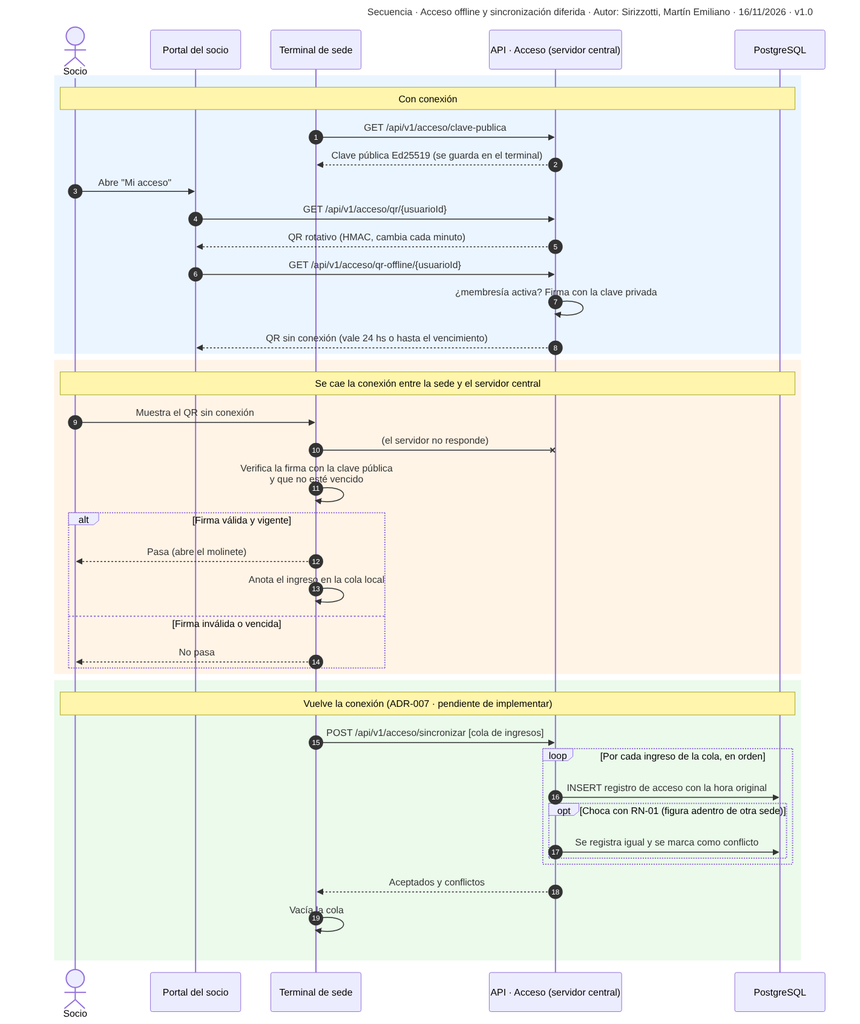
Above: Backend/docs/diagramas/secuencia-acceso-offline.png in JackCannon92/TPI-Programaci-n-V---FitZone-Sport (Mermaid), before the change. Its source is kept beside it as Backend/docs/diagramas/secuencia-acceso-offline.mmd. Its diagram source:
```mermaid
---
title: "Secuencia · Acceso offline y sincronización diferida · Autor: Sirizzotti, Martín Emiliano · 16/11/2026 · v1.0"
---
sequenceDiagram
  autonumber
  actor S as Socio
  participant W as Portal del socio
  participant T as Terminal de sede
  participant A as API · Acceso (servidor central)
  participant DB as PostgreSQL

  rect rgb(235, 245, 255)
  Note over S,DB: Con conexión
  T->>A: GET /api/v1/acceso/clave-publica
  A-->>T: Clave pública Ed25519 (se guarda en el terminal)
  S->>W: Abre "Mi acceso"
  W->>A: GET /api/v1/acceso/qr/{usuarioId}
  A-->>W: QR rotativo (HMAC, cambia cada minuto)
  W->>A: GET /api/v1/acceso/qr-offline/{usuarioId}
  A->>A: ¿membresía activa? Firma con la clave privada
  A-->>W: QR sin conexión (vale 24 hs o hasta el vencimiento)
  end

  rect rgb(255, 244, 230)
  Note over S,DB: Se cae la conexión entre la sede y el servidor central
  S->>T: Muestra el QR sin conexión
  T-xA: (el servidor no responde)
  T->>T: Verifica la firma con la clave pública<br/>y que no esté vencido
  alt Firma válida y vigente
    T-->>S: Pasa (abre el molinete)
    T->>T: Anota el ingreso en la cola local
  else Firma inválida o vencida
    T-->>S: No pasa
  end
  end

  rect rgb(235, 250, 235)
  Note over S,DB: Vuelve la conexión (ADR-007 · pendiente de implementar)
  T->>A: POST /api/v1/acceso/sincronizar [cola de ingresos]
  loop Por cada ingreso de la cola, en orden
    A->>DB: INSERT registro de acceso con la hora original
    opt Choca con RN-01 (figura adentro de otra sede)
      A->>DB: Se registra igual y se marca como conflicto
    end
  end
  A-->>T: Aceptados y conflictos
  T->>T: Vacía la cola
  end
```
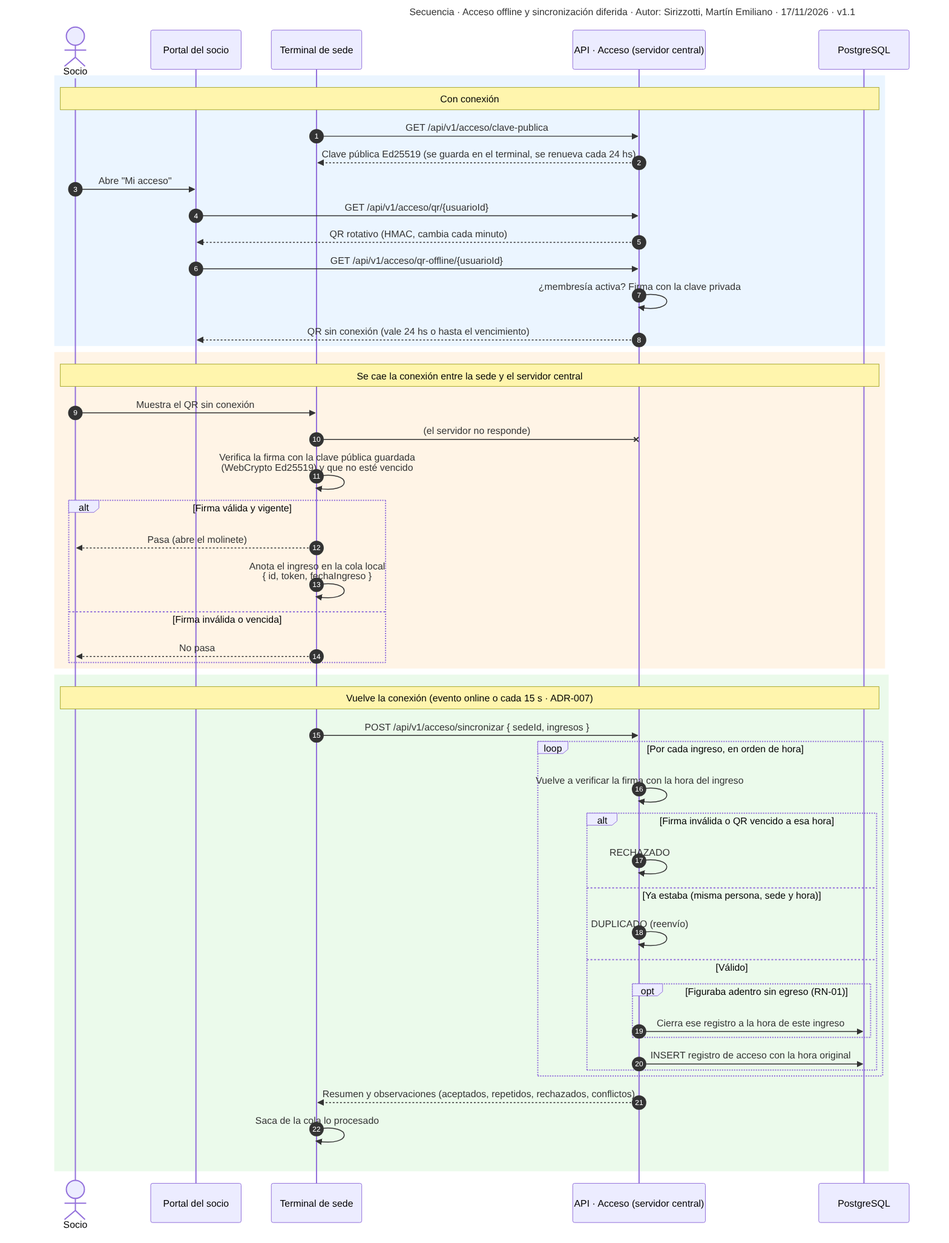
Above is the later version.

Commit message:
docs: ADR-007 implementado, diagramas de acceso v1.1 y manual de instalación

What changed in the source:
```diff
@@ -1,5 +1,5 @@
 ---
-title: "Secuencia · Acceso offline y sincronización diferida · Autor: Sirizzotti, Martín Emiliano · 16/11/2026 · v1.0"
+title: "Secuencia · Acceso offline y sincronización diferida · Autor: Sirizzotti, Martín Emiliano · 17/11/2026 · v1.1"
 ---
 sequenceDiagram
   autonumber
@@ -12,7 +12,7 @@
   rect rgb(235, 245, 255)
   Note over S,DB: Con conexión
   T->>A: GET /api/v1/acceso/clave-publica
-  A-->>T: Clave pública Ed25519 (se guarda en el terminal)
+  A-->>T: Clave pública Ed25519 (se guarda en el terminal, se renueva cada 24 hs)
   S->>W: Abre "Mi acceso"
   W->>A: GET /api/v1/acceso/qr/{usuarioId}
   A-->>W: QR rotativo (HMAC, cambia cada minuto)
@@ -25,24 +25,31 @@
   Note over S,DB: Se cae la conexión entre la sede y el servidor central
   S->>T: Muestra el QR sin conexión
   T-xA: (el servidor no responde)
-  T->>T: Verifica la firma con la clave pública<br/>y que no esté vencido
+  T->>T: Verifica la firma con la clave pública guardada<br/>(WebCrypto Ed25519) y que no esté vencido
   alt Firma válida y vigente
     T-->>S: Pasa (abre el molinete)
-    T->>T: Anota el ingreso en la cola local
+    T->>T: Anota el ingreso en la cola local<br/>{ id, token, fechaIngreso }
   else Firma inválida o vencida
     T-->>S: No pasa
   end
   end
 
   rect rgb(235, 250, 235)
-  Note over S,DB: Vuelve la conexión (ADR-007 · pendiente de implementar)
-  T->>A: POST /api/v1/acceso/sincronizar [cola de ingresos]
-  loop Por cada ingreso de la cola, en orden
-    A->>DB: INSERT registro de acceso con la hora original
-    opt Choca con RN-01 (figura adentro de otra sede)
-      A->>DB: Se registra igual y se marca como conflicto
+  Note over S,DB: Vuelve la conexión (evento online o cada 15 s · ADR-007)
+  T->>A: POST /api/v1/acceso/sincronizar { sedeId, ingresos }
+  loop Por cada ingreso, en orden de hora
+    A->>A: Vuelve a verificar la firma con la hora del ingreso
+    alt Firma inválida o QR vencido a esa hora
+      A->>A: RECHAZADO
+    else Ya estaba (misma persona, sede y hora)
+      A->>A: DUPLICADO (reenvío)
+    else Válido
+      opt Figuraba adentro sin egreso (RN-01)
+        A->>DB: Cierra ese registro a la hora de este ingreso
+      end
+      A->>DB: INSERT registro de acceso con la hora original
     end
   end
-  A-->>T: Aceptados y conflictos
-  T->>T: Vacía la cola
+  A-->>T: Resumen y observaciones (aceptados, repetidos, rechazados, conflictos)
+  T->>T: Saca de la cola lo procesado
   end
```
